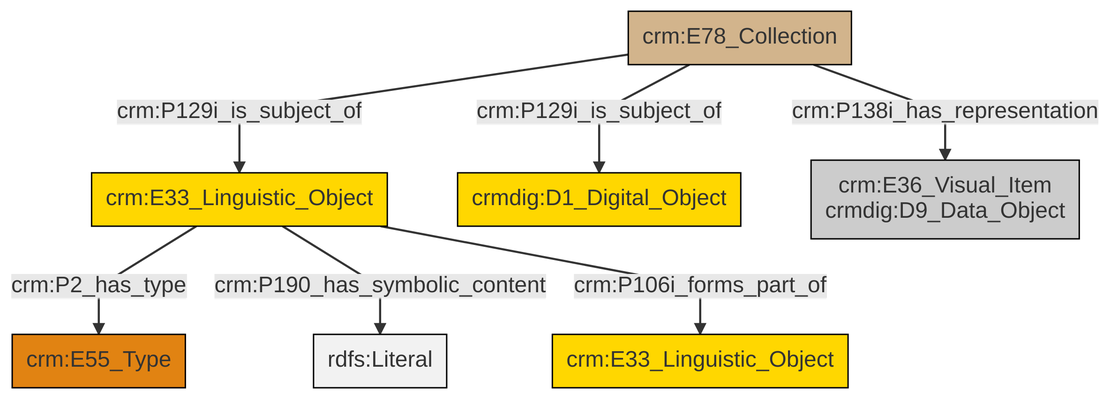
This is et/archivalCSV/ttl/mmd/png/archival_docs.png from swiss-art-research-net/docs.swissartresearch, a Mermaid export, as it was before one commit. Its source is kept beside it as et/archivalCSV/ttl/mmd/archival_docs.ttl.mmd.
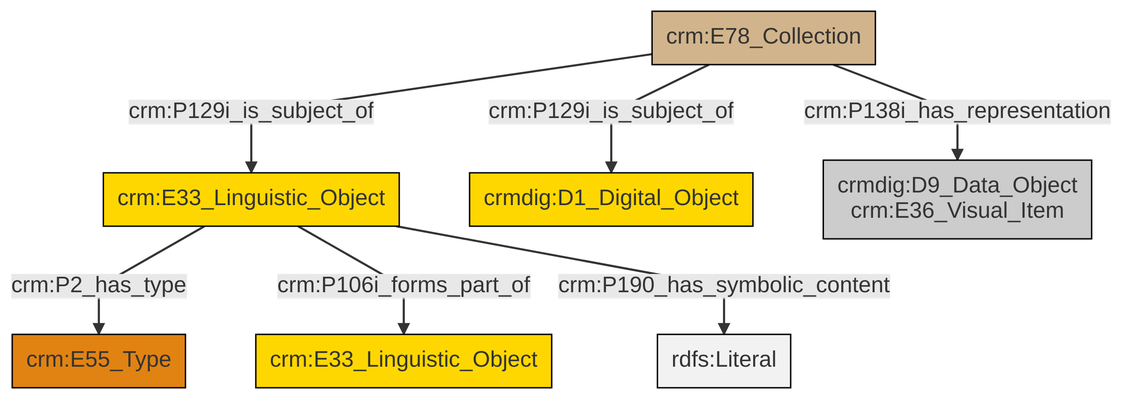
Later version of the same file.

What changed in the source:
```diff
@@ -14,8 +14,8 @@
 classDef Multi fill:#cccccc,stroke:#000000;
 
 0["crm:E78_Collection"]:::Physical_Thing -->|crm:P129i_is_subject_of| 1["crm:E33_Linguistic_Object"]:::Conceptual_Object
-1["crm:E33_Linguistic_Object"]:::Conceptual_Object -->|crm:P2_has_type| 6["crm:E55_Type"]:::Type
-1["crm:E33_Linguistic_Object"]:::Conceptual_Object -->|crm:P190_has_symbolic_content| 10[rdfs:Literal]:::Literal
-0["crm:E78_Collection"]:::Physical_Thing -->|crm:P129i_is_subject_of| 2["crmdig:D1_Digital_Object"]:::Conceptual_Object
-0["crm:E78_Collection"]:::Physical_Thing -->|crm:P138i_has_representation| 8["crm:E36_Visual_Item<br>crmdig:D9_Data_Object"]:::Multi
-1["crm:E33_Linguistic_Object"]:::Conceptual_Object -->|crm:P106i_forms_part_of| 4["crm:E33_Linguistic_Object"]:::Conceptual_Object
+1["crm:E33_Linguistic_Object"]:::Conceptual_Object -->|crm:P2_has_type| 2["crm:E55_Type"]:::Type
+0["crm:E78_Collection"]:::Physical_Thing -->|crm:P129i_is_subject_of| 3["crmdig:D1_Digital_Object"]:::Conceptual_Object
+1["crm:E33_Linguistic_Object"]:::Conceptual_Object -->|crm:P106i_forms_part_of| 6["crm:E33_Linguistic_Object"]:::Conceptual_Object
+0["crm:E78_Collection"]:::Physical_Thing -->|crm:P138i_has_representation| 9["crmdig:D9_Data_Object<br>crm:E36_Visual_Item"]:::Multi
+1["crm:E33_Linguistic_Object"]:::Conceptual_Object -->|crm:P190_has_symbolic_content| 13[rdfs:Literal]:::Literal
```
